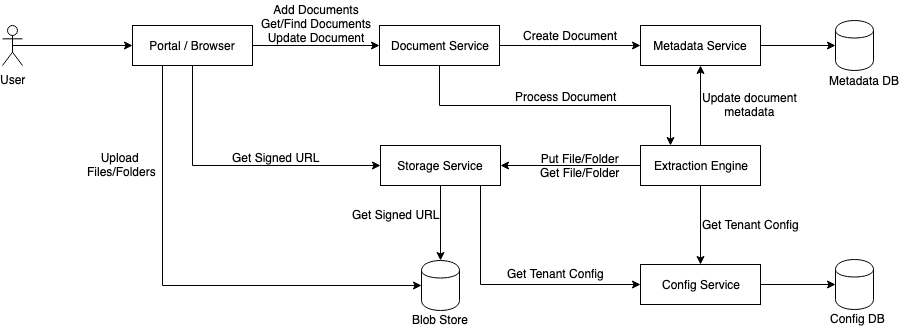
Earlier version of the draw.io export wiki/images/tapp_services_document_flow.png (DocParserTao/DocumentParser). Source tidied: cells renumbered, new cells last; positions are measured from the earlier drawing's top-left corner, leaving out a move shared by most shapes. Its diagram source:
```xml
<mxGraphModel>
  <root>
    <mxCell id="0" />
    <mxCell id="1" parent="0" />
    <mxCell id="2" style="edgeStyle=orthogonalEdgeStyle;rounded=0;jettySize=auto;html=1;exitX=0.5;exitY=0.5;exitDx=0;exitDy=0;exitPerimeter=0;entryX=0;entryY=0.5;entryDx=0;entryDy=0;" parent="1" edge="1" source="3" target="7">
      <mxGeometry relative="1" as="geometry" />
    </mxCell>
    <mxCell id="3" value="User" style="shape=umlActor;verticalLabelPosition=bottom;labelBackgroundColor=#ffffff;verticalAlign=top;html=1;outlineConnect=0;" parent="1" vertex="1">
      <mxGeometry y="25" width="20" height="40" as="geometry" />
    </mxCell>
    <mxCell id="4" style="edgeStyle=orthogonalEdgeStyle;rounded=0;jettySize=auto;html=1;exitX=0.25;exitY=1;exitDx=0;exitDy=0;entryX=0;entryY=0.5;entryDx=0;entryDy=0;" parent="1" edge="1" source="7" target="20">
      <mxGeometry relative="1" as="geometry" />
    </mxCell>
    <mxCell id="5" style="edgeStyle=orthogonalEdgeStyle;rounded=0;jettySize=auto;html=1;exitX=0.5;exitY=1;exitDx=0;exitDy=0;entryX=0;entryY=0.5;entryDx=0;entryDy=0;horizontal=0;" parent="1" edge="1" source="7" target="12">
      <mxGeometry relative="1" as="geometry" />
    </mxCell>
    <mxCell id="6" style="edgeStyle=orthogonalEdgeStyle;rounded=0;jettySize=auto;html=1;exitX=1;exitY=0.5;exitDx=0;exitDy=0;entryX=0;entryY=0.5;entryDx=0;entryDy=0;" parent="1" edge="1" source="7" target="17">
      <mxGeometry relative="1" as="geometry" />
    </mxCell>
    <mxCell id="7" value="Portal / Browser" style="rounded=0;whiteSpace=wrap;html=1;" parent="1" vertex="1">
      <mxGeometry x="130" y="25" width="120" height="40" as="geometry" />
    </mxCell>
    <mxCell id="8" style="edgeStyle=orthogonalEdgeStyle;rounded=0;jettySize=auto;html=1;exitX=1;exitY=0.5;exitDx=0;exitDy=0;entryX=0;entryY=0.5;entryDx=0;entryDy=0;" parent="1" edge="1" source="9" target="18">
      <mxGeometry relative="1" as="geometry" />
    </mxCell>
    <mxCell id="9" value="Config Service" style="rounded=0;whiteSpace=wrap;html=1;" parent="1" vertex="1">
      <mxGeometry x="638" y="264" width="120" height="40" as="geometry" />
    </mxCell>
    <mxCell id="10" style="edgeStyle=orthogonalEdgeStyle;rounded=0;jettySize=auto;html=1;" parent="1" edge="1" source="12" target="20">
      <mxGeometry relative="1" as="geometry" />
    </mxCell>
    <mxCell id="11" style="edgeStyle=orthogonalEdgeStyle;rounded=0;jettySize=auto;html=1;exitX=0.75;exitY=1;exitDx=0;exitDy=0;entryX=0;entryY=0.5;entryDx=0;entryDy=0;" parent="1" edge="1" source="12" target="9">
      <mxGeometry relative="1" as="geometry">
        <Array as="points">
          <mxPoint x="478" y="185" />
          <mxPoint x="478" y="284" />
        </Array>
      </mxGeometry>
    </mxCell>
    <mxCell id="12" value="Storage Service" style="rounded=0;whiteSpace=wrap;html=1;" parent="1" vertex="1">
      <mxGeometry x="378" y="145" width="120" height="40" as="geometry" />
    </mxCell>
    <mxCell id="13" style="edgeStyle=orthogonalEdgeStyle;rounded=0;jettySize=auto;html=1;exitX=1;exitY=0.5;exitDx=0;exitDy=0;entryX=0;entryY=0.5;entryDx=0;entryDy=0;" parent="1" edge="1" source="14" target="27">
      <mxGeometry relative="1" as="geometry" />
    </mxCell>
    <mxCell id="14" value="Metadata Service" style="rounded=0;whiteSpace=wrap;html=1;" parent="1" vertex="1">
      <mxGeometry x="638" y="25" width="120" height="40" as="geometry" />
    </mxCell>
    <mxCell id="15" style="edgeStyle=orthogonalEdgeStyle;rounded=0;jettySize=auto;html=1;exitX=1;exitY=0.5;exitDx=0;exitDy=0;entryX=0;entryY=0.5;entryDx=0;entryDy=0;" parent="1" edge="1" source="17" target="14">
      <mxGeometry relative="1" as="geometry" />
    </mxCell>
    <mxCell id="16" style="edgeStyle=orthogonalEdgeStyle;rounded=0;jettySize=auto;html=1;exitX=0.5;exitY=1;exitDx=0;exitDy=0;entryX=0.25;entryY=0;entryDx=0;entryDy=0;" parent="1" edge="1" source="17" target="33">
      <mxGeometry relative="1" as="geometry" />
    </mxCell>
    <mxCell id="17" value="Document Service" style="rounded=0;whiteSpace=wrap;html=1;" parent="1" vertex="1">
      <mxGeometry x="377" y="25" width="120" height="40" as="geometry" />
    </mxCell>
    <mxCell id="18" style="shape=cylinder;whiteSpace=wrap;html=1;boundedLbl=1;backgroundOutline=1;" parent="1" vertex="1">
      <mxGeometry x="833" y="259" width="38" height="50" as="geometry" />
    </mxCell>
    <mxCell id="19" value="Config DB" style="text;html=1;align=left;verticalAlign=top;spacingTop=-4;" parent="1" vertex="1">
      <mxGeometry x="826" y="309" width="70" height="20" as="geometry" />
    </mxCell>
    <mxCell id="20" style="shape=cylinder;whiteSpace=wrap;html=1;boundedLbl=1;backgroundOutline=1;" parent="1" vertex="1">
      <mxGeometry x="419" y="260" width="38" height="50" as="geometry" />
    </mxCell>
    <mxCell id="21" value="Blob Store" style="text;html=1;align=left;verticalAlign=top;spacingTop=-4;" parent="1" vertex="1">
      <mxGeometry x="408" y="310" width="70" height="20" as="geometry" />
    </mxCell>
    <mxCell id="22" value="Get Signed URL" style="text;html=1;align=left;verticalAlign=top;spacingTop=-4;" parent="1" vertex="1">
      <mxGeometry x="348" y="205" width="100" height="20" as="geometry" />
    </mxCell>
    <mxCell id="23" value="Get Signed URL" style="text;html=1;align=left;verticalAlign=top;spacingTop=-4;" parent="1" vertex="1">
      <mxGeometry x="228" y="147.5" width="100" height="20" as="geometry" />
    </mxCell>
    <mxCell id="24" value="Upload &lt;br&gt;Files/Folders" style="text;html=1;align=center;verticalAlign=top;spacingTop=-4;" parent="1" vertex="1">
      <mxGeometry x="79" y="147.5" width="80" height="30" as="geometry" />
    </mxCell>
    <mxCell id="25" value="Add Documents&lt;br&gt;Get/Find Documents&lt;br&gt;Update Document" style="text;html=1;align=center;verticalAlign=top;spacingTop=-4;" parent="1" vertex="1">
      <mxGeometry x="249" width="130" height="40" as="geometry" />
    </mxCell>
    <mxCell id="26" value="Get Tenant Config" style="text;html=1;align=left;verticalAlign=top;spacingTop=-4;" parent="1" vertex="1">
      <mxGeometry x="503" y="264" width="110" height="20" as="geometry" />
    </mxCell>
    <mxCell id="27" style="shape=cylinder;whiteSpace=wrap;html=1;boundedLbl=1;backgroundOutline=1;" parent="1" vertex="1">
      <mxGeometry x="833" y="20" width="38" height="50" as="geometry" />
    </mxCell>
    <mxCell id="28" value="Metadata DB" style="text;html=1;align=left;verticalAlign=top;spacingTop=-4;" parent="1" vertex="1">
      <mxGeometry x="825" y="71" width="90" height="20" as="geometry" />
    </mxCell>
    <mxCell id="29" style="edgeStyle=orthogonalEdgeStyle;rounded=0;jettySize=auto;html=1;exitX=0.5;exitY=1;exitDx=0;exitDy=0;entryX=0.5;entryY=0;entryDx=0;entryDy=0;" parent="1" edge="1" source="33" target="9">
      <mxGeometry relative="1" as="geometry" />
    </mxCell>
    <mxCell id="30" style="edgeStyle=orthogonalEdgeStyle;rounded=0;jettySize=auto;html=1;exitX=0;exitY=0.5;exitDx=0;exitDy=0;entryX=1;entryY=0.5;entryDx=0;entryDy=0;" parent="1" edge="1" source="33" target="12">
      <mxGeometry relative="1" as="geometry" />
    </mxCell>
    <mxCell id="31" style="edgeStyle=orthogonalEdgeStyle;rounded=0;jettySize=auto;html=1;exitX=0.5;exitY=0;exitDx=0;exitDy=0;" parent="1" edge="1" source="33" target="14">
      <mxGeometry relative="1" as="geometry" />
    </mxCell>
    <mxCell id="32" value="Update document&lt;br&gt;metadata" style="text;html=1;align=center;verticalAlign=middle;labelBackgroundColor=#ffffff;" parent="31" vertex="1">
      <mxGeometry x="0.45" y="-4" relative="1" as="geometry">
        <mxPoint x="45" y="16" as="offset" />
      </mxGeometry>
    </mxCell>
    <mxCell id="33" value="Extraction Engine" style="rounded=0;whiteSpace=wrap;html=1;" parent="1" vertex="1">
      <mxGeometry x="638" y="145" width="120" height="40" as="geometry" />
    </mxCell>
    <mxCell id="34" value="Create Document" style="text;html=1;align=center;verticalAlign=top;spacingTop=-4;" parent="1" vertex="1">
      <mxGeometry x="512.5" y="26" width="110" height="20" as="geometry" />
    </mxCell>
    <mxCell id="35" value="Process Document" style="text;html=1;align=center;verticalAlign=top;spacingTop=-4;" parent="1" vertex="1">
      <mxGeometry x="503" y="87" width="120" height="20" as="geometry" />
    </mxCell>
    <mxCell id="36" value="Get Tenant Config" style="text;html=1;align=left;verticalAlign=top;spacingTop=-4;" parent="1" vertex="1">
      <mxGeometry x="698" y="214.5" width="110" height="20" as="geometry" />
    </mxCell>
    <mxCell id="37" value="Put File/Folder&lt;br&gt;Get File/Folder" style="text;html=1;align=center;verticalAlign=top;spacingTop=-4;" parent="1" vertex="1">
      <mxGeometry x="532" y="149" width="90" height="30" as="geometry" />
    </mxCell>
  </root>
</mxGraphModel>
```
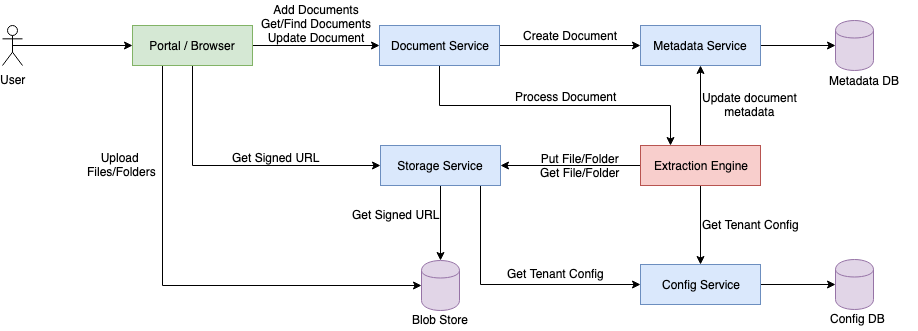
Above is the later version.

Commit message:
update services diagram

Change to the diagram source:
```diff
@@ -17,13 +17,13 @@
     <mxCell id="6" style="edgeStyle=orthogonalEdgeStyle;rounded=0;jettySize=auto;html=1;exitX=1;exitY=0.5;exitDx=0;exitDy=0;entryX=0;entryY=0.5;entryDx=0;entryDy=0;" parent="1" edge="1" source="7" target="17">
       <mxGeometry relative="1" as="geometry" />
     </mxCell>
-    <mxCell id="7" value="Portal / Browser" style="rounded=0;whiteSpace=wrap;html=1;" parent="1" vertex="1">
+    <mxCell id="7" value="Portal / Browser" style="rounded=0;whiteSpace=wrap;html=1;fillColor=#d5e8d4;strokeColor=#82b366;" parent="1" vertex="1">
       <mxGeometry x="130" y="25" width="120" height="40" as="geometry" />
     </mxCell>
     <mxCell id="8" style="edgeStyle=orthogonalEdgeStyle;rounded=0;jettySize=auto;html=1;exitX=1;exitY=0.5;exitDx=0;exitDy=0;entryX=0;entryY=0.5;entryDx=0;entryDy=0;" parent="1" edge="1" source="9" target="18">
       <mxGeometry relative="1" as="geometry" />
     </mxCell>
-    <mxCell id="9" value="Config Service" style="rounded=0;whiteSpace=wrap;html=1;" parent="1" vertex="1">
+    <mxCell id="9" value="Config Service" style="rounded=0;whiteSpace=wrap;html=1;fillColor=#dae8fc;strokeColor=#6c8ebf;" parent="1" vertex="1">
       <mxGeometry x="638" y="264" width="120" height="40" as="geometry" />
     </mxCell>
     <mxCell id="10" style="edgeStyle=orthogonalEdgeStyle;rounded=0;jettySize=auto;html=1;" parent="1" edge="1" source="12" target="20">
@@ -37,13 +37,13 @@
         </Array>
       </mxGeometry>
     </mxCell>
-    <mxCell id="12" value="Storage Service" style="rounded=0;whiteSpace=wrap;html=1;" parent="1" vertex="1">
+    <mxCell id="12" value="Storage Service" style="rounded=0;whiteSpace=wrap;html=1;fillColor=#dae8fc;strokeColor=#6c8ebf;" parent="1" vertex="1">
       <mxGeometry x="378" y="145" width="120" height="40" as="geometry" />
     </mxCell>
     <mxCell id="13" style="edgeStyle=orthogonalEdgeStyle;rounded=0;jettySize=auto;html=1;exitX=1;exitY=0.5;exitDx=0;exitDy=0;entryX=0;entryY=0.5;entryDx=0;entryDy=0;" parent="1" edge="1" source="14" target="27">
       <mxGeometry relative="1" as="geometry" />
     </mxCell>
-    <mxCell id="14" value="Metadata Service" style="rounded=0;whiteSpace=wrap;html=1;" parent="1" vertex="1">
+    <mxCell id="14" value="Metadata Service" style="rounded=0;whiteSpace=wrap;html=1;fillColor=#dae8fc;strokeColor=#6c8ebf;" parent="1" vertex="1">
       <mxGeometry x="638" y="25" width="120" height="40" as="geometry" />
     </mxCell>
     <mxCell id="15" style="edgeStyle=orthogonalEdgeStyle;rounded=0;jettySize=auto;html=1;exitX=1;exitY=0.5;exitDx=0;exitDy=0;entryX=0;entryY=0.5;entryDx=0;entryDy=0;" parent="1" edge="1" source="17" target="14">
@@ -52,16 +52,16 @@
     <mxCell id="16" style="edgeStyle=orthogonalEdgeStyle;rounded=0;jettySize=auto;html=1;exitX=0.5;exitY=1;exitDx=0;exitDy=0;entryX=0.25;entryY=0;entryDx=0;entryDy=0;" parent="1" edge="1" source="17" target="33">
       <mxGeometry relative="1" as="geometry" />
     </mxCell>
-    <mxCell id="17" value="Document Service" style="rounded=0;whiteSpace=wrap;html=1;" parent="1" vertex="1">
+    <mxCell id="17" value="Document Service" style="rounded=0;whiteSpace=wrap;html=1;fillColor=#dae8fc;strokeColor=#6c8ebf;" parent="1" vertex="1">
       <mxGeometry x="377" y="25" width="120" height="40" as="geometry" />
     </mxCell>
-    <mxCell id="18" style="shape=cylinder;whiteSpace=wrap;html=1;boundedLbl=1;backgroundOutline=1;" parent="1" vertex="1">
+    <mxCell id="18" style="shape=cylinder;whiteSpace=wrap;html=1;boundedLbl=1;backgroundOutline=1;fillColor=#e1d5e7;strokeColor=#9673a6;" parent="1" vertex="1">
       <mxGeometry x="833" y="259" width="38" height="50" as="geometry" />
     </mxCell>
     <mxCell id="19" value="Config DB" style="text;html=1;align=left;verticalAlign=top;spacingTop=-4;" parent="1" vertex="1">
       <mxGeometry x="826" y="309" width="70" height="20" as="geometry" />
     </mxCell>
-    <mxCell id="20" style="shape=cylinder;whiteSpace=wrap;html=1;boundedLbl=1;backgroundOutline=1;" parent="1" vertex="1">
+    <mxCell id="20" style="shape=cylinder;whiteSpace=wrap;html=1;boundedLbl=1;backgroundOutline=1;fillColor=#e1d5e7;strokeColor=#9673a6;" parent="1" vertex="1">
       <mxGeometry x="419" y="260" width="38" height="50" as="geometry" />
     </mxCell>
     <mxCell id="21" value="Blob Store" style="text;html=1;align=left;verticalAlign=top;spacingTop=-4;" parent="1" vertex="1">
@@ -82,7 +82,7 @@
     <mxCell id="26" value="Get Tenant Config" style="text;html=1;align=left;verticalAlign=top;spacingTop=-4;" parent="1" vertex="1">
       <mxGeometry x="503" y="264" width="110" height="20" as="geometry" />
     </mxCell>
-    <mxCell id="27" style="shape=cylinder;whiteSpace=wrap;html=1;boundedLbl=1;backgroundOutline=1;" parent="1" vertex="1">
+    <mxCell id="27" style="shape=cylinder;whiteSpace=wrap;html=1;boundedLbl=1;backgroundOutline=1;fillColor=#e1d5e7;strokeColor=#9673a6;" parent="1" vertex="1">
       <mxGeometry x="833" y="20" width="38" height="50" as="geometry" />
     </mxCell>
     <mxCell id="28" value="Metadata DB" style="text;html=1;align=left;verticalAlign=top;spacingTop=-4;" parent="1" vertex="1">
@@ -102,7 +102,7 @@
         <mxPoint x="45" y="16" as="offset" />
       </mxGeometry>
     </mxCell>
-    <mxCell id="33" value="Extraction Engine" style="rounded=0;whiteSpace=wrap;html=1;" parent="1" vertex="1">
+    <mxCell id="33" value="Extraction Engine" style="rounded=0;whiteSpace=wrap;html=1;fillColor=#f8cecc;strokeColor=#b85450;" parent="1" vertex="1">
       <mxGeometry x="638" y="145" width="120" height="40" as="geometry" />
     </mxCell>
     <mxCell id="34" value="Create Document" style="text;html=1;align=center;verticalAlign=top;spacingTop=-4;" parent="1" vertex="1">
```
